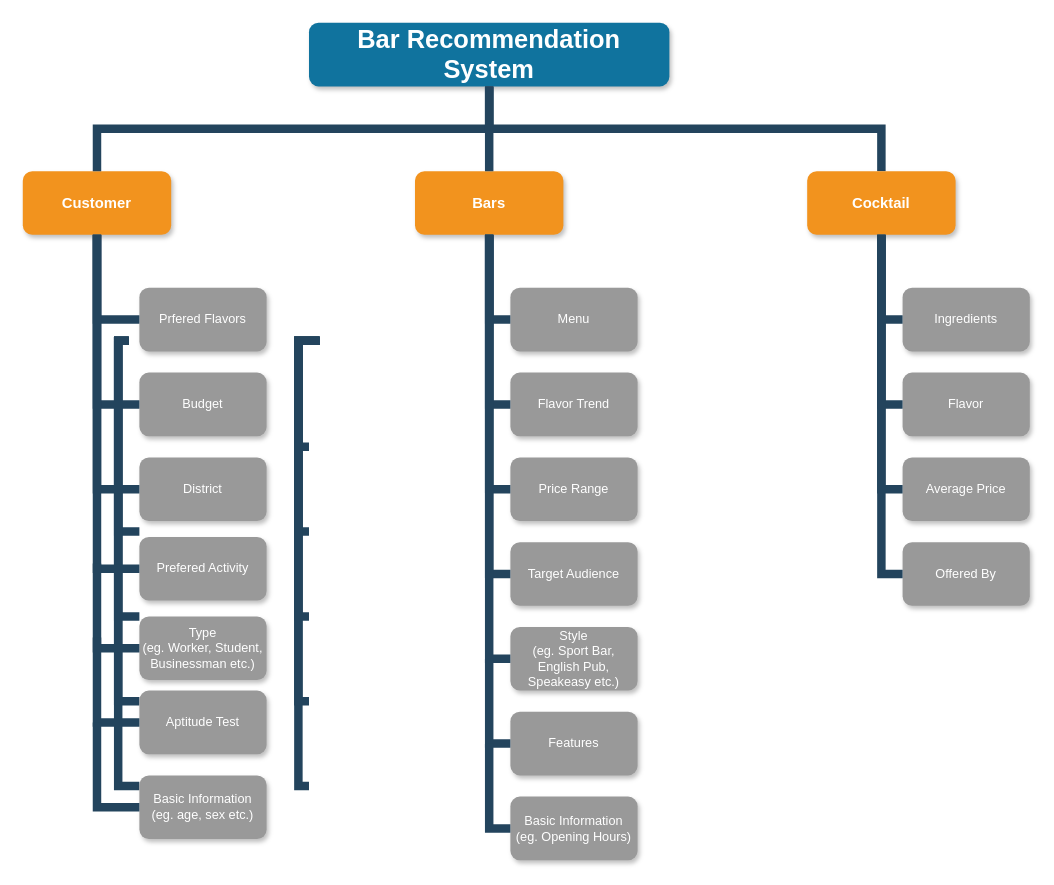
This is DBMS_System_Fuctions.drawio from tp12356twNccu/Database_NCCU, a draw.io file, before an edit. Source tidied: cells renumbered, new cells numbered last; positions are measured from the earlier drawing's top-left corner, leaving out a move shared by most shapes. Both pictures are drawn from the tidied source at 106%, with x=0, y=0 at pixel (22, 22).
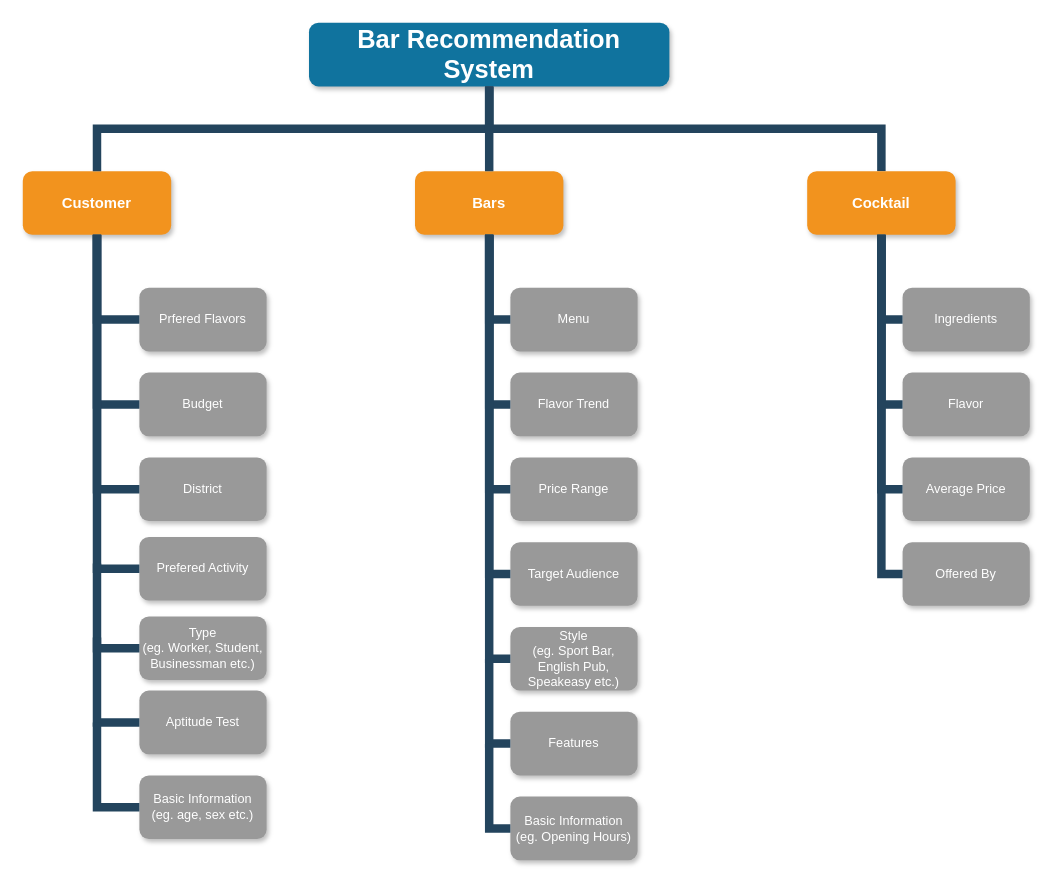
The same page after the edit.

The edit, as a diff of the source:
```diff
@@
-    <mxCell id="8" style="edgeStyle=elbowEdgeStyle;elbow=horizontal;rounded=0;fontColor=#000000;endArrow=none;endFill=0;strokeWidth=8;strokeColor=#23445D;" parent="1" edge="1">
-      <mxGeometry relative="1" as="geometry">
-        <mxPoint x="100" y="300" as="sourcePoint" />
-        <mxPoint x="110" y="480" as="targetPoint" />
-        <Array as="points">
-          <mxPoint x="90" y="390" />
-        </Array>
-      </mxGeometry>
-    </mxCell>
-    <mxCell id="9" style="edgeStyle=elbowEdgeStyle;elbow=horizontal;rounded=0;fontColor=#000000;endArrow=none;endFill=0;strokeWidth=8;strokeColor=#23445D;" parent="1" edge="1">
-      <mxGeometry relative="1" as="geometry">
-        <mxPoint x="100" y="300" as="sourcePoint" />
-        <mxPoint x="110" y="720" as="targetPoint" />
-        <Array as="points">
-          <mxPoint x="90" y="510" />
-        </Array>
-      </mxGeometry>
-    </mxCell>
-    <mxCell id="10" style="edgeStyle=elbowEdgeStyle;elbow=horizontal;rounded=0;fontColor=#000000;endArrow=none;endFill=0;strokeWidth=8;strokeColor=#23445D;" parent="1" edge="1">
-      <mxGeometry relative="1" as="geometry">
-        <mxPoint x="100" y="300" as="sourcePoint" />
-        <mxPoint x="110" y="640" as="targetPoint" />
-        <Array as="points">
-          <mxPoint x="90" y="470" />
-        </Array>
-      </mxGeometry>
-    </mxCell>
-    <mxCell id="11" style="edgeStyle=elbowEdgeStyle;elbow=horizontal;rounded=0;fontColor=#000000;endArrow=none;endFill=0;strokeWidth=8;strokeColor=#23445D;" parent="1" edge="1">
-      <mxGeometry relative="1" as="geometry">
-        <mxPoint x="100" y="300" as="sourcePoint" />
-        <mxPoint x="110" y="560" as="targetPoint" />
-        <Array as="points">
-          <mxPoint x="90" y="430" />
-        </Array>
-      </mxGeometry>
-    </mxCell>
-    <mxCell id="12" style="edgeStyle=elbowEdgeStyle;elbow=horizontal;rounded=0;fontColor=#000000;endArrow=none;endFill=0;strokeWidth=8;strokeColor=#23445D;" parent="1" edge="1">
-      <mxGeometry relative="1" as="geometry">
-        <mxPoint x="280" y="300" as="sourcePoint" />
-        <mxPoint x="270" y="400" as="targetPoint" />
-        <Array as="points">
-          <mxPoint x="260" y="350" />
-        </Array>
-      </mxGeometry>
-    </mxCell>
-    <mxCell id="13" style="edgeStyle=elbowEdgeStyle;elbow=horizontal;rounded=0;fontColor=#000000;endArrow=none;endFill=0;strokeWidth=8;strokeColor=#23445D;" parent="1" edge="1">
-      <mxGeometry relative="1" as="geometry">
-        <mxPoint x="280" y="300" as="sourcePoint" />
-        <mxPoint x="270" y="480" as="targetPoint" />
-        <Array as="points">
-          <mxPoint x="260" y="390" />
-        </Array>
-      </mxGeometry>
-    </mxCell>
-    <mxCell id="14" style="edgeStyle=elbowEdgeStyle;elbow=horizontal;rounded=0;fontColor=#000000;endArrow=none;endFill=0;strokeWidth=8;strokeColor=#23445D;" parent="1" edge="1">
-      <mxGeometry relative="1" as="geometry">
-        <mxPoint x="280" y="300" as="sourcePoint" />
-        <mxPoint x="270" y="720" as="targetPoint" />
-        <Array as="points">
-          <mxPoint x="260" y="520" />
-        </Array>
-      </mxGeometry>
-    </mxCell>
-    <mxCell id="15" style="edgeStyle=elbowEdgeStyle;elbow=horizontal;rounded=0;fontColor=#000000;endArrow=none;endFill=0;strokeWidth=8;strokeColor=#23445D;" parent="1" edge="1">
-      <mxGeometry relative="1" as="geometry">
-        <mxPoint x="280" y="300" as="sourcePoint" />
-        <mxPoint x="270" y="640" as="targetPoint" />
-        <Array as="points">
-          <mxPoint x="260" y="470" />
-        </Array>
-      </mxGeometry>
-    </mxCell>
-    <mxCell id="16" style="edgeStyle=elbowEdgeStyle;elbow=horizontal;rounded=0;fontColor=#000000;endArrow=none;endFill=0;strokeWidth=8;strokeColor=#23445D;" parent="1" edge="1">
-      <mxGeometry relative="1" as="geometry">
-        <mxPoint x="280" y="300" as="sourcePoint" />
-        <mxPoint x="270" y="560" as="targetPoint" />
-        <Array as="points">
-          <mxPoint x="260" y="440" />
-        </Array>
-      </mxGeometry>
-    </mxCell>
```
